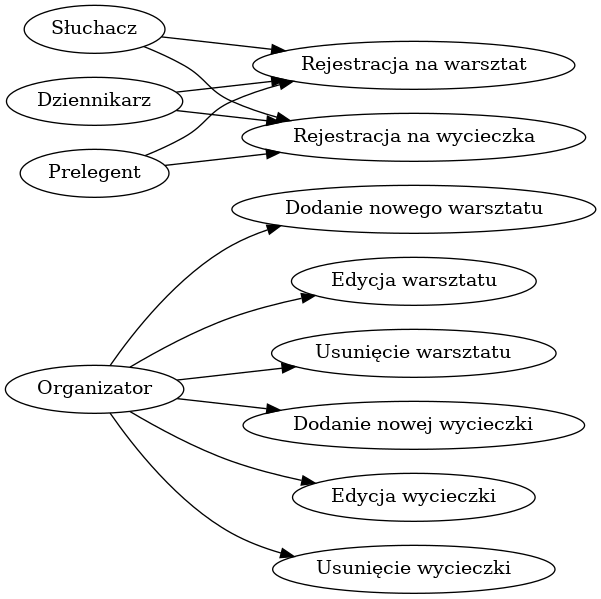
This is przypadki.png from zyla/iop_konferencja, a Graphviz export, as it was before one commit. Its source is kept beside it as przypadki.dot.
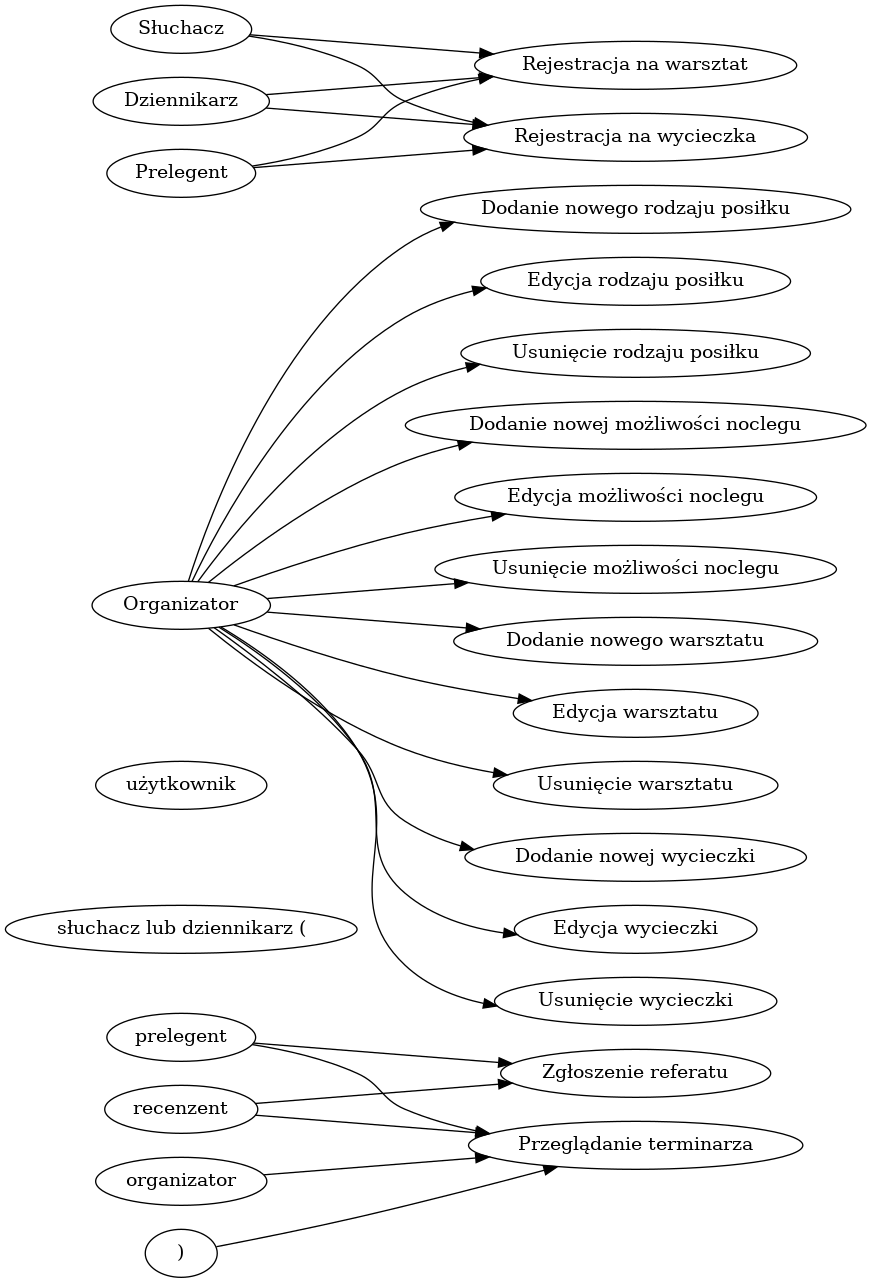
After the commit.

Diff of the diagram source:
```diff
@@ -1,4 +1,16 @@
-digraph { rankdir=LR; "Organizator" -> "Dodanie nowego warsztatu"
+digraph { rankdir=LR; "prelegent" -> "Zgłoszenie referatu"
+"recenzent" -> "Zgłoszenie referatu"
+"prelegent" -> "Przeglądanie terminarza"
+"recenzent" -> "Przeglądanie terminarza"
+"organizator" -> "Przeglądanie terminarza"
+"słuchacz lub dziennikarz ("użytkownik")" -> "Przeglądanie terminarza"
+"Organizator" -> "Dodanie nowego rodzaju posiłku"
+"Organizator" -> "Edycja rodzaju posiłku"
+"Organizator" -> "Usunięcie rodzaju posiłku"
+"Organizator" -> "Dodanie nowej możliwości noclegu"
+"Organizator" -> "Edycja możliwości noclegu"
+"Organizator" -> "Usunięcie możliwości noclegu"
+"Organizator" -> "Dodanie nowego warsztatu"
 "Organizator" -> "Edycja warsztatu"
 "Organizator" -> "Usunięcie warsztatu"
 "Organizator" -> "Dodanie nowej wycieczki"
```
